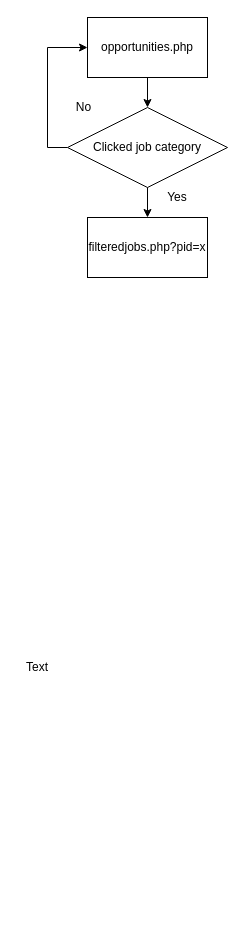
Before: Untitled Diagram.drawio in harrogateweb/codesnippets, a draw.io diagram. Source tidied: cells renumbered, new cells numbered last; positions are measured from the earlier drawing's top-left corner, leaving out a move shared by most shapes. Both pictures are drawn from the tidied source at 100%, with x=0, y=0 at pixel (17, 17).
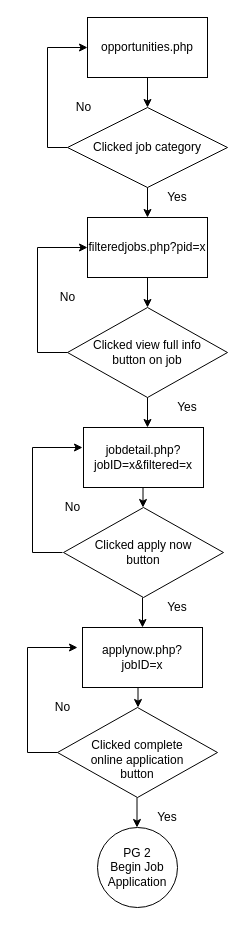
After the change.

The change refers to these unchanged cells:
```xml
<mxCell id="4" value="filteredjobs.php?pid=x" style="rounded=0;whiteSpace=wrap;html=1;" parent="1" vertex="1">
  <mxGeometry x="70" y="200" width="120" height="60" as="geometry" />
</mxCell>
```

The edit, as a diff of the source:
```diff
@@
-    <mxCell id="9" value="Text" style="text;html=1;strokeColor=none;fillColor=none;align=center;verticalAlign=middle;whiteSpace=wrap;rounded=0;" parent="1" vertex="1">
-      <mxGeometry y="640" width="40" height="20" as="geometry" />
-    </mxCell>
@@
+    <mxCell id="11" value="Clicked view full info&lt;br&gt;button on job" style="rhombus;whiteSpace=wrap;html=1;" parent="1" vertex="1">
+      <mxGeometry x="50" y="290" width="160" height="90" as="geometry" />
+    </mxCell>
+    <mxCell id="12" style="endArrow=classic;html=1;entryX=0.5;entryY=0;entryDx=0;entryDy=0;" parent="1" edge="1" target="11">
+      <mxGeometry relative="1" as="geometry">
+        <mxPoint x="130" y="260" as="sourcePoint" />
+      </mxGeometry>
+    </mxCell>
+    <mxCell id="13" value="No" style="text;html=1;align=center;verticalAlign=middle;" parent="1" vertex="1">
+      <mxGeometry x="35" y="270" width="30" height="20" as="geometry" />
+    </mxCell>
+    <mxCell id="14" value="Yes" style="text;html=1;strokeColor=none;fillColor=none;align=center;verticalAlign=middle;whiteSpace=wrap;rounded=0;" parent="1" vertex="1">
+      <mxGeometry x="150" y="380" width="40" height="20" as="geometry" />
+    </mxCell>
+    <mxCell id="15" style="edgeStyle=orthogonalEdgeStyle;rounded=0;jettySize=auto;html=1;exitX=0;exitY=0.5;exitDx=0;exitDy=0;entryX=0;entryY=0.5;entryDx=0;entryDy=0;" parent="1" edge="1" source="11" target="4">
+      <mxGeometry relative="1" as="geometry">
+        <Array as="points">
+          <mxPoint x="20" y="335" />
+          <mxPoint x="20" y="230" />
+        </Array>
+      </mxGeometry>
+    </mxCell>
+    <mxCell id="16" style="endArrow=classic;html=1;exitX=0.5;exitY=1;exitDx=0;exitDy=0;" parent="1" edge="1" source="11">
+      <mxGeometry relative="1" as="geometry">
+        <mxPoint x="130" y="410" as="targetPoint" />
+      </mxGeometry>
+    </mxCell>
+    <mxCell id="17" value="jobdetail.php?jobID=x&amp;amp;filtered=x" style="rounded=0;whiteSpace=wrap;html=1;" parent="1" vertex="1">
+      <mxGeometry x="66" y="410" width="120" height="60" as="geometry" />
+    </mxCell>
+    <mxCell id="18" value="Clicked apply now&lt;br&gt;button" style="rhombus;whiteSpace=wrap;html=1;" parent="1" vertex="1">
+      <mxGeometry x="46" y="490" width="160" height="90" as="geometry" />
+    </mxCell>
+    <mxCell id="19" style="endArrow=classic;html=1;" parent="1" edge="1">
+      <mxGeometry relative="1" as="geometry">
+        <mxPoint x="125.5" y="470" as="sourcePoint" />
+        <mxPoint x="126" y="490" as="targetPoint" />
+        <Array as="points">
+          <mxPoint x="125.5" y="490" />
+        </Array>
+      </mxGeometry>
+    </mxCell>
+    <mxCell id="20" style="endArrow=classic;html=1;entryX=0.5;entryY=0;entryDx=0;entryDy=0;" parent="1" edge="1">
+      <mxGeometry relative="1" as="geometry">
+        <mxPoint x="125" y="580" as="sourcePoint" />
+        <mxPoint x="125" y="610" as="targetPoint" />
+      </mxGeometry>
+    </mxCell>
+    <mxCell id="21" value="Yes" style="text;html=1;strokeColor=none;fillColor=none;align=center;verticalAlign=middle;whiteSpace=wrap;rounded=0;" parent="1" vertex="1">
+      <mxGeometry x="140" y="580" width="40" height="20" as="geometry" />
+    </mxCell>
+    <mxCell id="22" style="edgeStyle=orthogonalEdgeStyle;rounded=0;orthogonalLoop=1;jettySize=auto;html=1;exitX=0;exitY=0.5;exitDx=0;exitDy=0;entryX=0;entryY=0.5;entryDx=0;entryDy=0;" parent="1" edge="1">
+      <mxGeometry relative="1" as="geometry">
+        <mxPoint x="45" y="535" as="sourcePoint" />
+        <mxPoint x="65" y="430" as="targetPoint" />
+        <Array as="points">
+          <mxPoint x="15" y="535" />
+          <mxPoint x="15" y="430" />
+        </Array>
+      </mxGeometry>
+    </mxCell>
+    <mxCell id="23" value="No" style="text;html=1;align=center;verticalAlign=middle;" parent="1" vertex="1">
+      <mxGeometry x="40" y="480" width="30" height="20" as="geometry" />
+    </mxCell>
+    <mxCell id="24" value="applynow.php?jobID=x" style="rounded=0;whiteSpace=wrap;html=1;" parent="1" vertex="1">
+      <mxGeometry x="65" y="610" width="120" height="60" as="geometry" />
+    </mxCell>
+    <mxCell id="25" style="endArrow=classic;html=1;" parent="1" edge="1">
+      <mxGeometry relative="1" as="geometry">
+        <mxPoint x="120.5" y="670" as="sourcePoint" />
+        <mxPoint x="121" y="690" as="targetPoint" />
+        <Array as="points">
+          <mxPoint x="120.5" y="690" />
+        </Array>
+      </mxGeometry>
+    </mxCell>
+    <mxCell id="26" value="&amp;nbsp;&lt;br&gt;Clicked complete &lt;br&gt;online application &lt;br&gt;button" style="rhombus;whiteSpace=wrap;html=1;" parent="1" vertex="1">
+      <mxGeometry x="40" y="690" width="160" height="90" as="geometry" />
+    </mxCell>
+    <mxCell id="27" style="edgeStyle=orthogonalEdgeStyle;rounded=0;orthogonalLoop=1;jettySize=auto;html=1;exitX=0;exitY=0.5;exitDx=0;exitDy=0;entryX=0;entryY=0.5;entryDx=0;entryDy=0;" parent="1" edge="1">
+      <mxGeometry relative="1" as="geometry">
+        <mxPoint x="40" y="735" as="sourcePoint" />
+        <mxPoint x="60" y="630" as="targetPoint" />
+        <Array as="points">
+          <mxPoint x="10" y="735" />
+          <mxPoint x="10" y="630" />
+        </Array>
+      </mxGeometry>
+    </mxCell>
+    <mxCell id="28" style="endArrow=classic;html=1;entryX=0.5;entryY=0;entryDx=0;entryDy=0;" parent="1" edge="1">
+      <mxGeometry relative="1" as="geometry">
+        <mxPoint x="119.5" y="780" as="sourcePoint" />
+        <mxPoint x="119.5" y="810" as="targetPoint" />
+      </mxGeometry>
+    </mxCell>
+    <mxCell id="29" value="PG 2&lt;br&gt;Begin Job&lt;br&gt;Application" style="ellipse;whiteSpace=wrap;html=1;" parent="1" vertex="1">
+      <mxGeometry x="80" y="810" width="80" height="80" as="geometry" />
+    </mxCell>
+    <mxCell id="30" value="No" style="text;html=1;align=center;verticalAlign=middle;" parent="1" vertex="1">
+      <mxGeometry x="30" y="680" width="30" height="20" as="geometry" />
+    </mxCell>
+    <mxCell id="31" value="Yes" style="text;html=1;strokeColor=none;fillColor=none;align=center;verticalAlign=middle;whiteSpace=wrap;rounded=0;" parent="1" vertex="1">
+      <mxGeometry x="130" y="790" width="40" height="20" as="geometry" />
+    </mxCell>
```
